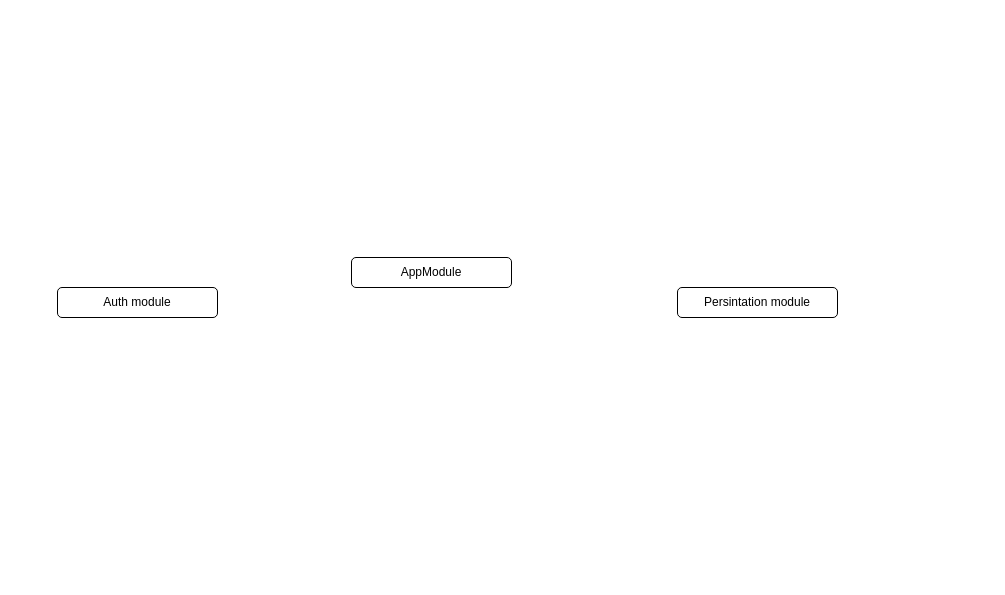
Earlier version of the draw.io diagram adminStructure.drawio (Ftohtarek/digram). Source tidied: cells renumbered, new cells numbered last; positions are measured from the earlier drawing's top-left corner, leaving out a move shared by most shapes. Both pictures are drawn from the tidied source at 100%, with x=0, y=0 at pixel (57, 257).
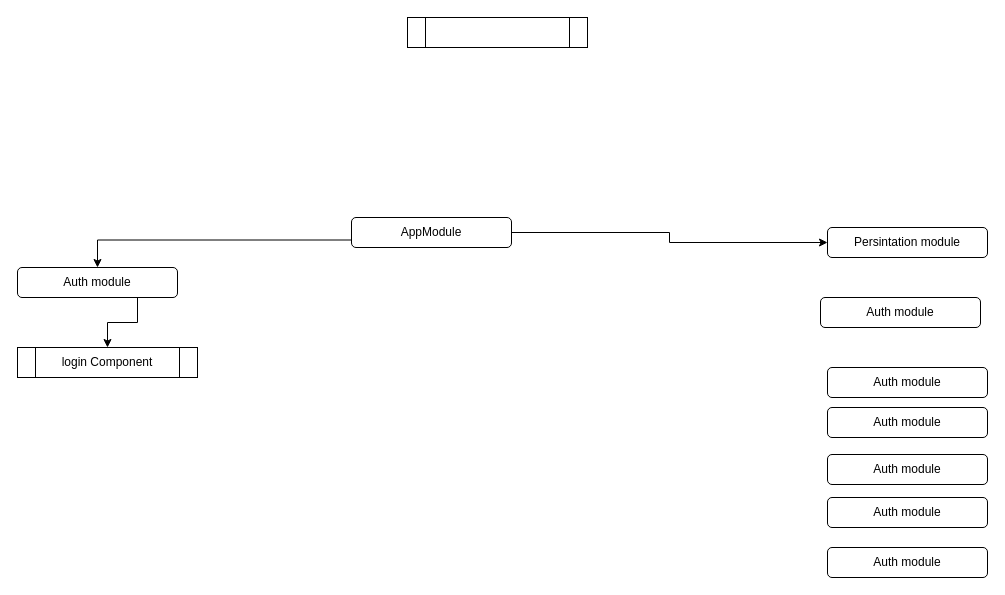
The same diagram, later.

Diff of the diagram source:
```diff
@@
 <mxGraphModel>
   <root>
     <mxCell id="0" />
     <mxCell id="1" parent="0" />
     <mxCell id="2" value="Persintation module" style="rounded=1;whiteSpace=wrap;html=1;" parent="1" vertex="1">
-      <mxGeometry x="620" y="30" width="160" height="30" as="geometry" />
+      <mxGeometry x="770" y="-30" width="160" height="30" as="geometry" />
     </mxCell>
+    <mxCell id="5" style="edgeStyle=orthogonalEdgeStyle;rounded=0;jettySize=auto;html=1;exitX=0;exitY=0.75;exitDx=0;exitDy=0;" parent="1" edge="1" source="3" target="4">
+      <mxGeometry relative="1" as="geometry" />
+    </mxCell>
+    <mxCell id="6" style="edgeStyle=orthogonalEdgeStyle;rounded=0;jettySize=auto;html=1;exitX=1;exitY=0.5;exitDx=0;exitDy=0;entryX=0;entryY=0.5;entryDx=0;entryDy=0;" parent="1" edge="1" source="3" target="2">
+      <mxGeometry relative="1" as="geometry" />
+    </mxCell>
     <mxCell id="3" value="AppModule" style="rounded=1;whiteSpace=wrap;html=1;" parent="1" vertex="1">
-      <mxGeometry x="294" width="160" height="30" as="geometry" />
+      <mxGeometry x="294" y="-40" width="160" height="30" as="geometry" />
     </mxCell>
+    <mxCell id="7" style="edgeStyle=orthogonalEdgeStyle;rounded=0;jettySize=auto;html=1;exitX=0.75;exitY=1;exitDx=0;exitDy=0;" parent="1" edge="1" source="4" target="12">
+      <mxGeometry relative="1" as="geometry" />
+    </mxCell>
     <mxCell id="4" value="Auth module" style="rounded=1;whiteSpace=wrap;html=1;" parent="1" vertex="1">
-      <mxGeometry y="30" width="160" height="30" as="geometry" />
+      <mxGeometry x="-40" y="10" width="160" height="30" as="geometry" />
     </mxCell>
+    <mxCell id="8" style="edgeStyle=orthogonalEdgeStyle;rounded=0;orthogonalLoop=1;jettySize=auto;html=1;exitX=0.5;exitY=1;exitDx=0;exitDy=0;" parent="1" edge="1" source="2" target="2">
+      <mxGeometry relative="1" as="geometry" />
+    </mxCell>
+    <mxCell id="9" value="Auth module" style="rounded=1;whiteSpace=wrap;html=1;" parent="1" vertex="1">
+      <mxGeometry x="770" y="110" width="160" height="30" as="geometry" />
+    </mxCell>
+    <mxCell id="10" value="Auth module" style="rounded=1;whiteSpace=wrap;html=1;" parent="1" vertex="1">
+      <mxGeometry x="763" y="40" width="160" height="30" as="geometry" />
+    </mxCell>
+    <mxCell id="11" style="shape=process;whiteSpace=wrap;html=1;backgroundOutline=1;" parent="1" vertex="1">
+      <mxGeometry x="350" y="-240" width="180" height="30" as="geometry" />
+    </mxCell>
+    <mxCell id="12" value="login Component" style="shape=process;whiteSpace=wrap;html=1;backgroundOutline=1;" parent="1" vertex="1">
+      <mxGeometry x="-40" y="90" width="180" height="30" as="geometry" />
+    </mxCell>
+    <mxCell id="13" value="Auth module" style="rounded=1;whiteSpace=wrap;html=1;" parent="1" vertex="1">
+      <mxGeometry x="770" y="150" width="160" height="30" as="geometry" />
+    </mxCell>
+    <mxCell id="14" value="Auth module" style="rounded=1;whiteSpace=wrap;html=1;" parent="1" vertex="1">
+      <mxGeometry x="770" y="197" width="160" height="30" as="geometry" />
+    </mxCell>
+    <mxCell id="15" value="Auth module" style="rounded=1;whiteSpace=wrap;html=1;" parent="1" vertex="1">
+      <mxGeometry x="770" y="240" width="160" height="30" as="geometry" />
+    </mxCell>
+    <mxCell id="16" value="Auth module" style="rounded=1;whiteSpace=wrap;html=1;" parent="1" vertex="1">
+      <mxGeometry x="770" y="290" width="160" height="30" as="geometry" />
+    </mxCell>
+    <mxCell id="17" style="edgeStyle=orthogonalEdgeStyle;rounded=0;orthogonalLoop=1;jettySize=auto;html=1;exitX=0.5;exitY=1;exitDx=0;exitDy=0;" parent="1" edge="1" source="13" target="13">
+      <mxGeometry relative="1" as="geometry" />
+    </mxCell>
   </root>
 </mxGraphModel>
```
